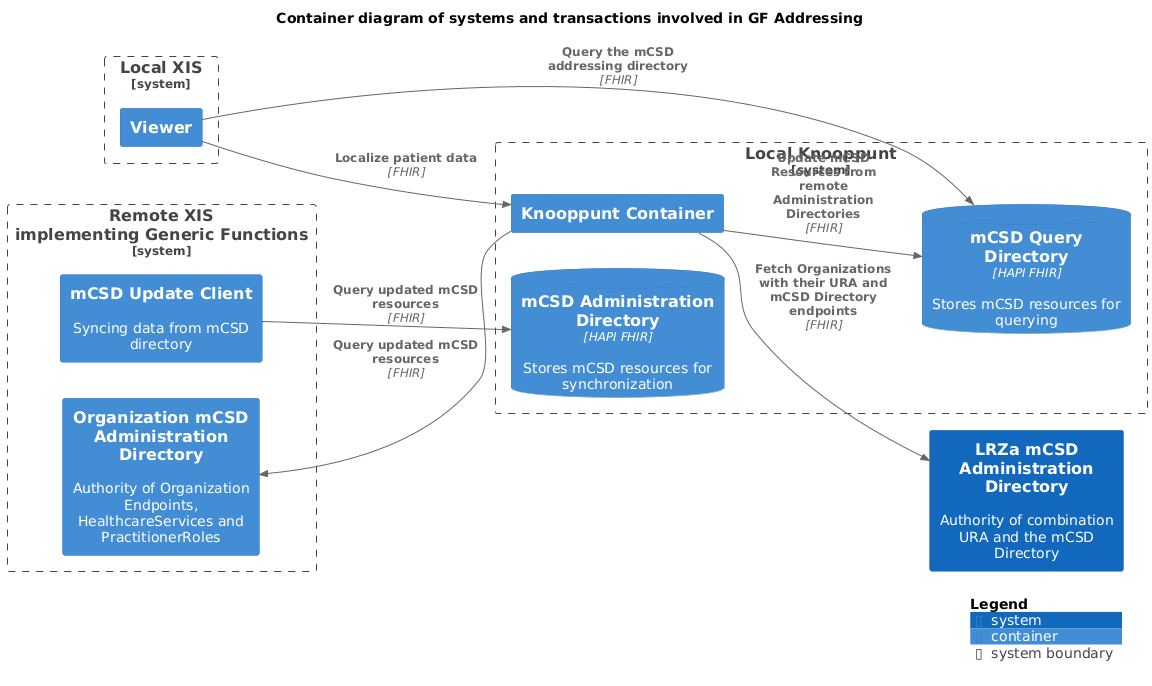
Earlier version of the PlantUML export docs/images/structurizr-GF_Addressing_ContainerDiagram.png (nuts-foundation/nuts-knooppunt). The source it was exported from:
```plantuml
@startuml
set separator none
title Container diagram of systems and transactions involved in GF Addressing

left to right direction

!include <C4/C4>
!include <C4/C4_Context>
!include <C4/C4_Container>

System(LRZamCSDAdministrationDirectory, "LRZa mCSD Administration Directory", $descr="Authority of combination URA and the mCSD Directory", $tags="", $link="")

System_Boundary("RemoteXISimplementingGenericFunctions_boundary", "Remote XIS\nimplementing Generic Functions", $tags="") {
  Container(RemoteXISimplementingGenericFunctions.mCSDUpdateClient, "mCSD Update Client", $techn="", $descr="Syncing data from mCSD directory", $tags="", $link="")
  Container(RemoteXISimplementingGenericFunctions.OrganizationmCSDAdministrationDirectory, "Organization mCSD Administration Directory", $techn="", $descr="Authority of Organization Endpoints, HealthcareServices and PractitionerRoles", $tags="", $link="")
}

System_Boundary("LocalKnooppunt_boundary", "Local Knooppunt", $tags="") {
  Container(LocalKnooppunt.KnooppuntContainer, "Knooppunt Container", $techn="", $descr="", $tags="", $link="")
  ContainerDb(LocalKnooppunt.mCSDQueryDirectory, "mCSD Query Directory", $techn="HAPI FHIR", $descr="Stores mCSD resources for querying", $tags="", $link="")
  ContainerDb(LocalKnooppunt.mCSDAdministrationDirectory, "mCSD Administration Directory", $techn="HAPI FHIR", $descr="Stores mCSD resources for synchronization", $tags="", $link="")
}

System_Boundary("LocalXIS_boundary", "Local XIS", $tags="") {
  Container(LocalXIS.Viewer, "Viewer", $techn="", $descr="", $tags="", $link="")
}

Rel(LocalKnooppunt.KnooppuntContainer, LocalKnooppunt.mCSDQueryDirectory, "Update mCSD Resources from remote Administration Directories", $techn="FHIR", $tags="", $link="")
Rel(LocalKnooppunt.KnooppuntContainer, LRZamCSDAdministrationDirectory, "Fetch Organizations with their URA and mCSD Directory endpoints", $techn="FHIR", $tags="", $link="")
Rel(LocalKnooppunt.KnooppuntContainer, RemoteXISimplementingGenericFunctions.OrganizationmCSDAdministrationDirectory, "Query updated mCSD resources", $techn="FHIR", $tags="", $link="")
Rel(LocalXIS.Viewer, LocalKnooppunt.KnooppuntContainer, "Localize patient data", $techn="FHIR", $tags="", $link="")
Rel(LocalXIS.Viewer, LocalKnooppunt.mCSDQueryDirectory, "Query the mCSD addressing directory", $techn="FHIR", $tags="", $link="")
Rel(RemoteXISimplementingGenericFunctions.mCSDUpdateClient, LocalKnooppunt.mCSDAdministrationDirectory, "Query updated mCSD resources", $techn="FHIR", $tags="", $link="")

SHOW_DYNAMIC_LEGEND()
@enduml
```
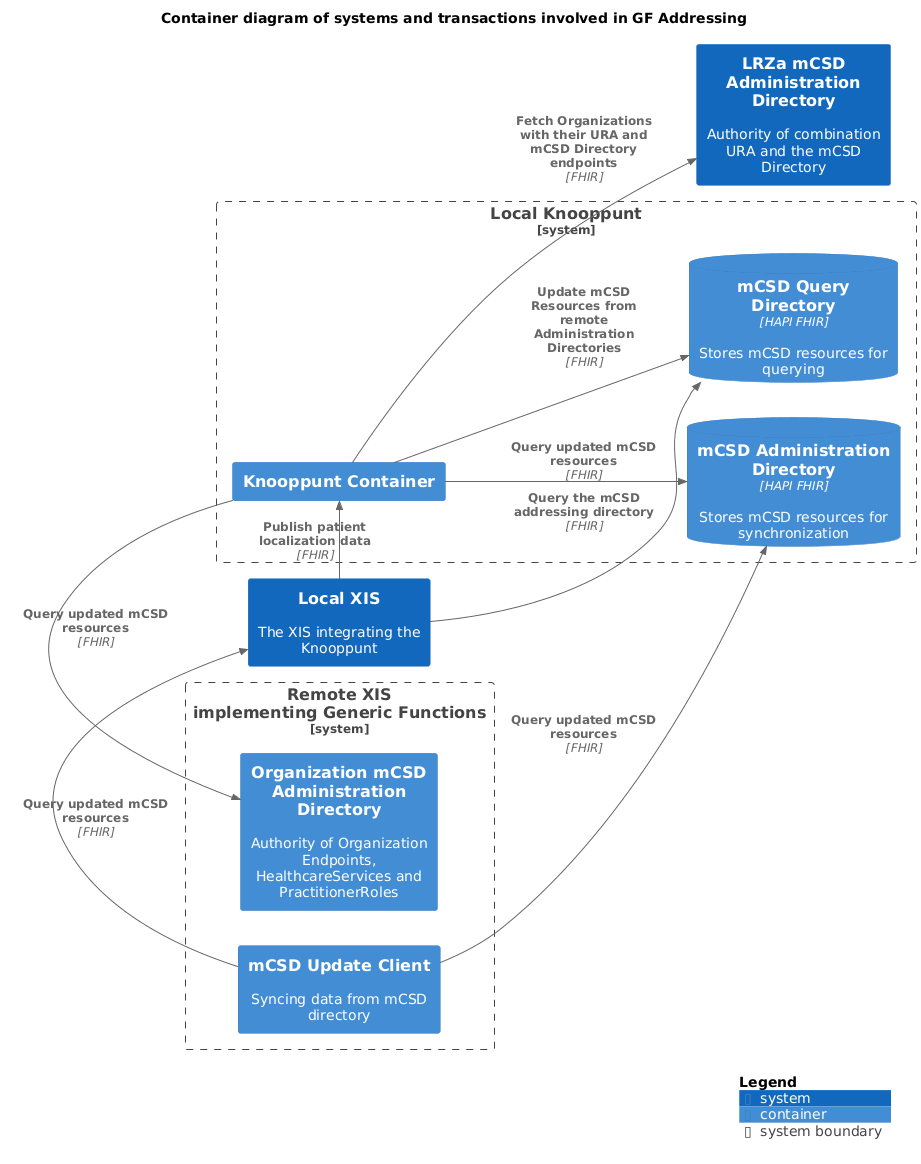
Above is the later version.

What changed in the source:
```diff
@@ -9,6 +9,7 @@
 !include <C4/C4_Container>
 
 System(LRZamCSDAdministrationDirectory, "LRZa mCSD Administration Directory", $descr="Authority of combination URA and the mCSD Directory", $tags="", $link="")
+System(LocalXIS, "Local XIS", $descr="The XIS integrating the Knooppunt", $tags="", $link="")
 
 System_Boundary("RemoteXISimplementingGenericFunctions_boundary", "Remote XIS\nimplementing Generic Functions", $tags="") {
   Container(RemoteXISimplementingGenericFunctions.mCSDUpdateClient, "mCSD Update Client", $techn="", $descr="Syncing data from mCSD directory", $tags="", $link="")
@@ -21,15 +22,13 @@
   ContainerDb(LocalKnooppunt.mCSDAdministrationDirectory, "mCSD Administration Directory", $techn="HAPI FHIR", $descr="Stores mCSD resources for synchronization", $tags="", $link="")
 }
 
-System_Boundary("LocalXIS_boundary", "Local XIS", $tags="") {
-  Container(LocalXIS.Viewer, "Viewer", $techn="", $descr="", $tags="", $link="")
-}
-
 Rel(LocalKnooppunt.KnooppuntContainer, LocalKnooppunt.mCSDQueryDirectory, "Update mCSD Resources from remote Administration Directories", $techn="FHIR", $tags="", $link="")
 Rel(LocalKnooppunt.KnooppuntContainer, LRZamCSDAdministrationDirectory, "Fetch Organizations with their URA and mCSD Directory endpoints", $techn="FHIR", $tags="", $link="")
 Rel(LocalKnooppunt.KnooppuntContainer, RemoteXISimplementingGenericFunctions.OrganizationmCSDAdministrationDirectory, "Query updated mCSD resources", $techn="FHIR", $tags="", $link="")
-Rel(LocalXIS.Viewer, LocalKnooppunt.KnooppuntContainer, "Localize patient data", $techn="FHIR", $tags="", $link="")
-Rel(LocalXIS.Viewer, LocalKnooppunt.mCSDQueryDirectory, "Query the mCSD addressing directory", $techn="FHIR", $tags="", $link="")
+Rel(LocalKnooppunt.KnooppuntContainer, LocalKnooppunt.mCSDAdministrationDirectory, "Query updated mCSD resources", $techn="FHIR", $tags="", $link="")
+Rel(LocalXIS, LocalKnooppunt.KnooppuntContainer, "Publish patient localization data", $techn="FHIR", $tags="", $link="")
+Rel(LocalXIS, LocalKnooppunt.mCSDQueryDirectory, "Query the mCSD addressing directory", $techn="FHIR", $tags="", $link="")
+Rel(RemoteXISimplementingGenericFunctions.mCSDUpdateClient, LocalXIS, "Query updated mCSD resources", $techn="FHIR", $tags="", $link="")
 Rel(RemoteXISimplementingGenericFunctions.mCSDUpdateClient, LocalKnooppunt.mCSDAdministrationDirectory, "Query updated mCSD resources", $techn="FHIR", $tags="", $link="")
 
 SHOW_DYNAMIC_LEGEND()
```
